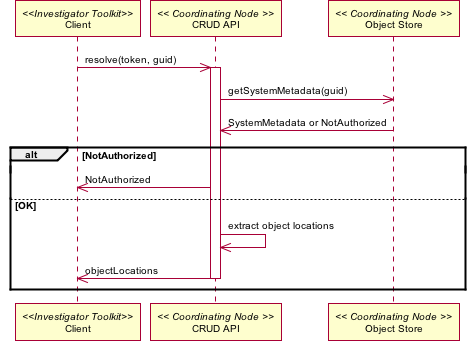
datadavev/DataONE_architecture keeps this PlantUML diagram as source/UseCases/images/36_interaction.png. Above is the earlier version. Source of this version:
```plantuml
@startuml images/36_interaction.png
skinparam activityFontColor black
skinparam activityFontSize 10
skinparam activityFontName arial
skinparam activityArrowFontColor black
skinparam activityArrowFontSize 10
skinparam activityArrowFontName arial
skinparam classArrowFontColor black
skinparam classArrowFontSize 10
skinparam classArrowFontName arial
skinparam classAttributeFontColor black
skinparam classAttributeFontSize 10
skinparam classAttributeFontName arial
skinparam classFontColor black
skinparam classFontSize 10
skinparam classFontName arial
skinparam componentFontColor black
skinparam componentFontSize 10
skinparam componentFontName arial
skinparam componentArrowFontColor black
skinparam componentArrowFontSize 10
skinparam componentArrowFontName arial
skinparam noteFontColor black
skinparam noteFontSize 10
skinparam noteFontName arial
skinparam packageFontColor black
skinparam packageFontSize 10
skinparam packageFontName arial
skinparam sequenceActorFontColor black
skinparam sequenceActorFontSize 10
skinparam sequenceActorFontName arial
skinparam sequenceArrowFontColor black
skinparam sequenceArrowFontSize 10
skinparam sequenceArrowFontName arial
skinparam sequenceGroupingFontColor black
skinparam sequenceGroupingFontSize 10
skinparam sequenceGroupingFontName arial
skinparam sequenceGroupingHeaderFontColor black
skinparam sequenceGroupingHeaderFontSize 10
skinparam sequenceGroupingHeaderFontName arial
skinparam sequenceParticipantFontColor black
skinparam sequenceParticipantFontSize 10
skinparam sequenceParticipantFontName arial
skinparam sequenceTitleFontColor black
skinparam sequenceTitleFontSize 10
skinparam sequenceTitleFontName arial
skinparam titleFontColor black
skinparam titleFontSize 10
skinparam titleFontName arial
skinparam usecaseFontColor black
skinparam usecaseFontSize 10
skinparam usecaseFontName arial
skinparam usecaseActorFontColor black
skinparam usecaseActorFontSize 10
skinparam usecaseActorFontName arial
skinparam usecaseArrowFontColor black
skinparam usecaseArrowFontSize 10
skinparam usecaseArrowFontName arial
participant "Client" as itk <<Investigator Toolkit>>
participant "CRUD API" as c_crud << Coordinating Node >>
participant "Object Store" as c_store << Coordinating Node >>
itk -> c_crud: resolve(token, guid)
activate c_crud
c_crud -> c_store: getSystemMetadata(guid)
c_store -> c_crud: SystemMetadata or NotAuthorized
alt NotAuthorized
c_crud -> itk: NotAuthorized
else OK
c_crud -> c_crud: extract object locations
c_crud -> itk: objectLocations
end
deactivate c_crud
@enduml
```
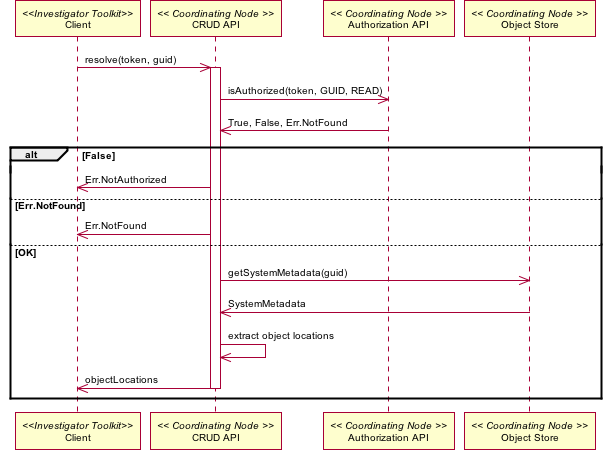
Later version of the same file.

Diff of the diagram source:
```diff
@@ -58,14 +58,19 @@
 skinparam usecaseArrowFontName arial
 participant "Client" as itk <<Investigator Toolkit>>
 participant "CRUD API" as c_crud << Coordinating Node >>
+participant "Authorization API" as c_authorize << Coordinating Node >>
 participant "Object Store" as c_store << Coordinating Node >>
 itk -> c_crud: resolve(token, guid)
 activate c_crud
+c_crud -> c_authorize: isAuthorized(token, GUID, READ)
+c_crud <- c_authorize: True, False, Err.NotFound
+alt False
+c_crud -> itk: Err.NotAuthorized
+else Err.NotFound
+c_crud -> itk: Err.NotFound
+else OK
 c_crud -> c_store: getSystemMetadata(guid)
-c_store -> c_crud: SystemMetadata or NotAuthorized
-alt NotAuthorized
-c_crud -> itk: NotAuthorized
-else OK
+c_store -> c_crud: SystemMetadata
 c_crud -> c_crud: extract object locations
 c_crud -> itk: objectLocations
 end
```
